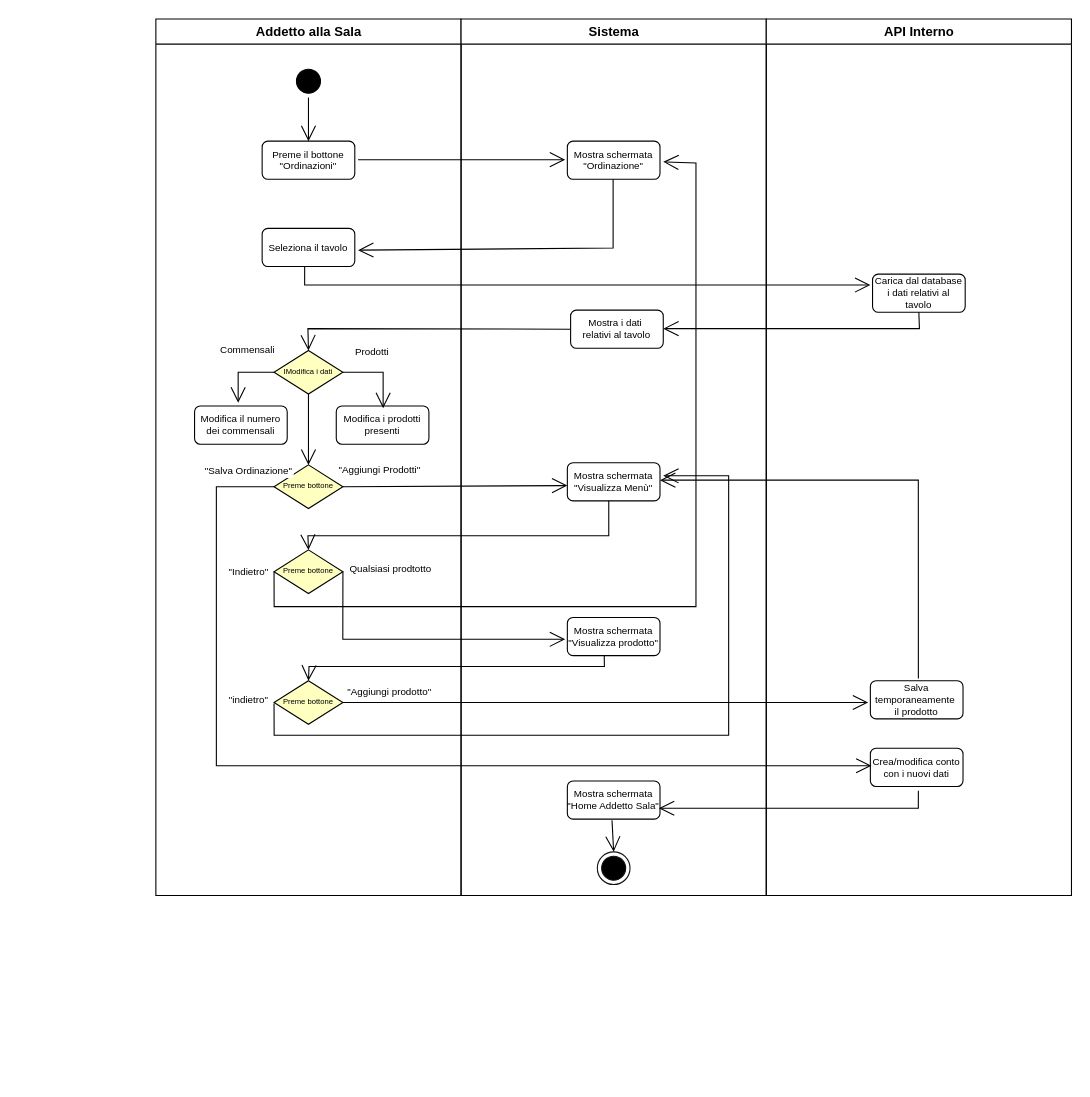
This is Documentazione/Activity Diagram/drawio/Activity Diagram - Registra Ordinazione.drawio from vittorioruggiero/Progetto-IngSw, a draw.io file, before an edit. Source tidied: cells renumbered, new cells numbered last; positions are measured from the earlier drawing's top-left corner, leaving out a move shared by most shapes. Both pictures are drawn from the tidied source at 109%, with x=0, y=0 at pixel (155, 19).
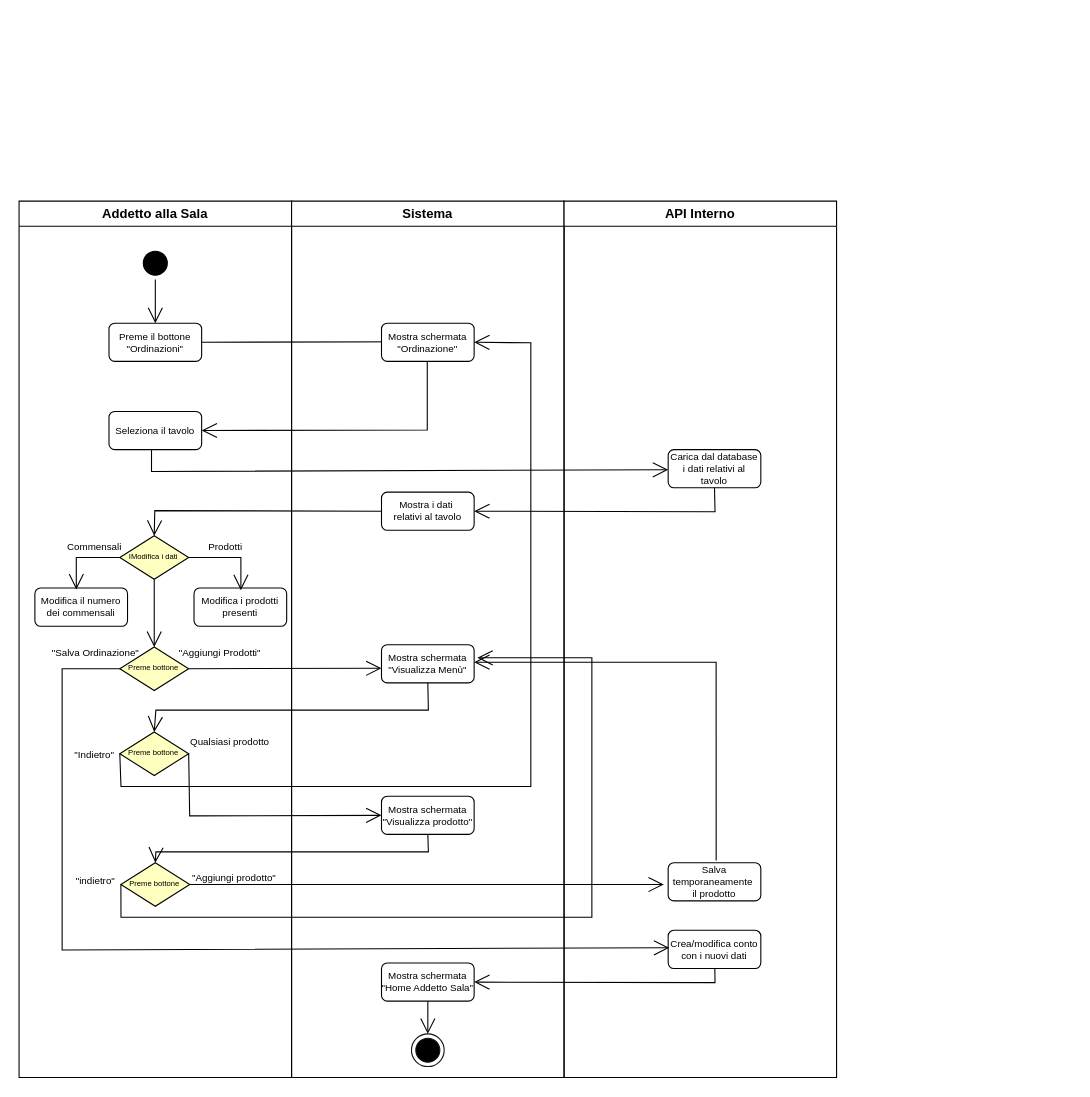
After the change.

The change refers to these unchanged cells:
```xml
<mxCell id="28" value="Salva&#10;temporaneamente &#10;il prodotto" style="strokeColor=#000000;fontSize=9;rounded=1;" parent="27" vertex="1">
  <mxGeometry x="95.5" y="607" width="85" height="35" as="geometry" />
</mxCell>
<mxCell id="29" value="Crea/modifica conto&#10;con i nuovi dati" style="strokeColor=#000000;fontSize=9;rounded=1;" parent="27" vertex="1">
  <mxGeometry x="95.5" y="669" width="85" height="35" as="geometry" />
</mxCell>
```

What changed in the source:
```diff
@@
     <mxCell id="2" value="Addetto alla Sala" style="swimlane;whiteSpace=wrap;" parent="1" vertex="1">
-      <mxGeometry x="0.5" width="280" height="804" as="geometry" />
+      <mxGeometry x="-125" y="167" width="250" height="804" as="geometry" />
     </mxCell>
     <mxCell id="3" style="ellipse;shape=startState;fillColor=#000000;strokeColor=#000000;" parent="2" vertex="1">
-      <mxGeometry x="125" y="42" width="30" height="30" as="geometry" />
+      <mxGeometry x="110" y="42" width="30" height="30" as="geometry" />
     </mxCell>
     <mxCell id="4" value="Preme il bottone &#10;&quot;Ordinazioni&quot;" style="strokeColor=#000000;fontSize=9;rounded=1;" parent="2" vertex="1">
-      <mxGeometry x="97.5" y="112" width="85" height="35" as="geometry" />
+      <mxGeometry x="82.5" y="112" width="85" height="35" as="geometry" />
     </mxCell>
@@
-    <mxCell id="6" style="endArrow=open;endFill=1;endSize=12;html=1;rounded=0;fontSize=9;strokeWidth=1;" parent="2" edge="1">
+    <mxCell id="6" style="endArrow=open;endFill=1;endSize=12;html=1;rounded=0;fontSize=9;strokeWidth=1;exitX=1;exitY=0.5;exitDx=0;exitDy=0;" parent="2" edge="1" source="4">
       <mxGeometry relative="1" as="geometry">
-        <mxPoint x="185.5" y="129" as="sourcePoint" />
         <mxPoint x="375.5" y="129" as="targetPoint" />
       </mxGeometry>
     </mxCell>
     <mxCell id="7" value="Seleziona il tavolo" style="strokeColor=#000000;fontSize=9;rounded=1;" parent="2" vertex="1">
-      <mxGeometry x="97.5" y="192" width="85" height="35" as="geometry" />
+      <mxGeometry x="82.5" y="193" width="85" height="35" as="geometry" />
     </mxCell>
     <mxCell id="8" value="Modifica il numero&#10;dei commensali" style="strokeColor=#000000;fontSize=9;rounded=1;" parent="2" vertex="1">
-      <mxGeometry x="35.5" y="355" width="85" height="35" as="geometry" />
+      <mxGeometry x="14.5" y="355" width="85" height="35" as="geometry" />
     </mxCell>
     <mxCell id="9" value="Preme bottone" style="rhombus;fillColor=#ffffc0;strokeColor=#000000;whiteSpace=wrap;spacing=0;fontSize=7;align=center;" parent="2" vertex="1">
-      <mxGeometry x="108.4" y="409" width="63.2" height="40" as="geometry" />
+      <mxGeometry x="92.4" y="409" width="63.2" height="40" as="geometry" />
     </mxCell>
     <mxCell id="10" value="IModifica i dati" style="rhombus;fillColor=#ffffc0;strokeColor=#000000;whiteSpace=wrap;spacing=0;fontSize=7;align=center;" parent="2" vertex="1">
-      <mxGeometry x="108.4" y="304" width="63.2" height="40" as="geometry" />
+      <mxGeometry x="92.4" y="307" width="63.2" height="40" as="geometry" />
     </mxCell>
     <mxCell id="11" value="Preme bottone" style="rhombus;fillColor=#ffffc0;strokeColor=#000000;whiteSpace=wrap;spacing=0;fontSize=7;align=center;" parent="2" vertex="1">
-      <mxGeometry x="108.4" y="487" width="63.2" height="40" as="geometry" />
+      <mxGeometry x="92.4" y="487" width="63.2" height="40" as="geometry" />
     </mxCell>
     <mxCell id="12" value="Preme bottone" style="rhombus;fillColor=#ffffc0;strokeColor=#000000;whiteSpace=wrap;spacing=0;fontSize=7;align=center;" parent="2" vertex="1">
-      <mxGeometry x="108.4" y="607" width="63.2" height="40" as="geometry" />
+      <mxGeometry x="93.4" y="607" width="63.2" height="40" as="geometry" />
     </mxCell>
-    <mxCell id="13" value="Commensali" style="endArrow=open;endFill=1;endSize=12;rounded=0;fontSize=9;strokeWidth=1;exitX=0;exitY=0.5;exitDx=0;exitDy=0;" parent="2" edge="1" source="10">
-      <mxGeometry x="-0.1" y="-13" relative="1" as="geometry">
-        <mxPoint x="75.5" y="352" as="targetPoint" />
+    <mxCell id="13" value="Commensali" style="endArrow=open;endFill=1;endSize=12;rounded=0;fontSize=9;strokeWidth=1;exitX=0;exitY=0.5;exitDx=0;exitDy=0;entryX=0.447;entryY=0.037;entryDx=0;entryDy=0;entryPerimeter=0;" parent="2" edge="1">
+      <mxGeometry x="-0.34" y="-10" relative="1" as="geometry">
+        <mxPoint x="92.4" y="327" as="sourcePoint" />
+        <mxPoint x="52.5" y="356.3" as="targetPoint" />
         <Array as="points">
-          <mxPoint x="75.5" y="324" />
+          <mxPoint x="52.5" y="327" />
         </Array>
-        <mxPoint x="3" y="-8" as="offset" />
       </mxGeometry>
     </mxCell>
-    <mxCell id="14" style="endArrow=open;endFill=1;endSize=12;html=1;rounded=0;fontSize=9;strokeWidth=1;exitX=0.447;exitY=1;exitDx=0;exitDy=0;exitPerimeter=0;entryX=0.5;entryY=0;entryDx=0;entryDy=0;" parent="2" edge="1" target="12">
-      <mxGeometry relative="1" as="geometry">
-        <mxPoint x="411" y="562" as="sourcePoint" />
-        <Array as="points">
-          <mxPoint x="411.5" y="594" />
-          <mxPoint x="140.5" y="594" />
-        </Array>
-      </mxGeometry>
-    </mxCell>
-    <mxCell id="15" value="&quot;indietro&quot;" style="endArrow=open;endFill=1;endSize=12;rounded=0;fontSize=9;strokeWidth=1;exitX=0;exitY=0.5;exitDx=0;exitDy=0;entryX=1.035;entryY=0.343;entryDx=0;entryDy=0;entryPerimeter=0;" parent="2" edge="1" target="23">
-      <mxGeometry x="-1" y="-23" relative="1" as="geometry">
-        <mxPoint x="108.4" y="628" as="sourcePoint" />
-        <Array as="points">
-          <mxPoint x="108.5" y="657" />
-          <mxPoint x="525.5" y="657" />
-          <mxPoint x="525.5" y="419" />
-        </Array>
-        <mxPoint y="-4" as="offset" />
-      </mxGeometry>
-    </mxCell>
@@
     <mxCell id="17" value="Modifica i prodotti&#10;presenti" style="strokeColor=#000000;fontSize=9;rounded=1;" parent="2" vertex="1">
-      <mxGeometry x="165.5" y="355" width="85" height="35" as="geometry" />
+      <mxGeometry x="160.5" y="355" width="85" height="35" as="geometry" />
     </mxCell>
     <mxCell id="18" value="Prodotti" style="endArrow=open;endFill=1;endSize=12;rounded=0;fontSize=9;strokeWidth=1;exitX=1;exitY=0.5;exitDx=0;exitDy=0;entryX=0.506;entryY=0.057;entryDx=0;entryDy=0;entryPerimeter=0;" parent="2" edge="1" source="10" target="17">
-      <mxGeometry x="-0.1" y="11" relative="1" as="geometry">
+      <mxGeometry x="-0.13" y="10" relative="1" as="geometry">
         <Array as="points">
-          <mxPoint x="208.5" y="324" />
+          <mxPoint x="203.5" y="327" />
         </Array>
-        <mxPoint x="-4" y="-8" as="offset" />
       </mxGeometry>
     </mxCell>
     <mxCell id="19" value="Sistema" style="swimlane;whiteSpace=wrap;" parent="1" vertex="1">
-      <mxGeometry x="280.5" width="280" height="804" as="geometry" />
+      <mxGeometry x="125" y="167" width="250" height="804" as="geometry" />
     </mxCell>
     <mxCell id="20" value="Mostra schermata&#10;&quot;Ordinazione&quot;" style="strokeColor=#000000;fontSize=9;rounded=1;" parent="19" vertex="1">
-      <mxGeometry x="97.5" y="112" width="85" height="35" as="geometry" />
+      <mxGeometry x="82.5" y="112" width="85" height="35" as="geometry" />
     </mxCell>
     <mxCell id="21" value="Mostra i dati &#10;relativi al tavolo" style="strokeColor=#000000;fontSize=9;rounded=1;" parent="19" vertex="1">
-      <mxGeometry x="100.5" y="267" width="85" height="35" as="geometry" />
+      <mxGeometry x="82.5" y="267" width="85" height="35" as="geometry" />
     </mxCell>
     <mxCell id="22" value="Mostra schermata&#10;&quot;Home Addetto Sala&quot;" style="strokeColor=#000000;fontSize=9;rounded=1;" parent="19" vertex="1">
-      <mxGeometry x="97.5" y="699" width="85" height="35" as="geometry" />
+      <mxGeometry x="82.5" y="699" width="85" height="35" as="geometry" />
     </mxCell>
     <mxCell id="23" value="Mostra schermata&#10;&quot;Visualizza Menù&quot;" style="strokeColor=#000000;fontSize=9;rounded=1;" parent="19" vertex="1">
-      <mxGeometry x="97.5" y="407" width="85" height="35" as="geometry" />
+      <mxGeometry x="82.5" y="407" width="85" height="35" as="geometry" />
     </mxCell>
     <mxCell id="24" value="Mostra schermata&#10;&quot;Visualizza prodotto&quot;" style="strokeColor=#000000;fontSize=9;rounded=1;" parent="19" vertex="1">
-      <mxGeometry x="97.5" y="549" width="85" height="35" as="geometry" />
+      <mxGeometry x="82.5" y="546" width="85" height="35" as="geometry" />
     </mxCell>
     <mxCell id="25" style="ellipse;shape=endState;fillColor=#000000;strokeColor=#121212;" parent="19" vertex="1">
-      <mxGeometry x="125" y="764" width="30" height="30" as="geometry" />
+      <mxGeometry x="110" y="764" width="30" height="30" as="geometry" />
     </mxCell>
-    <mxCell id="26" style="endArrow=open;endFill=1;endSize=12;html=1;rounded=0;fontSize=9;strokeWidth=1;entryX=0.5;entryY=0;entryDx=0;entryDy=0;exitX=0.482;exitY=1.029;exitDx=0;exitDy=0;exitPerimeter=0;" parent="19" edge="1" source="22" target="25">
+    <mxCell id="26" style="endArrow=open;endFill=1;endSize=12;html=1;rounded=0;fontSize=9;strokeWidth=1;exitX=0.5;exitY=1;exitDx=0;exitDy=0;entryX=0.5;entryY=0;entryDx=0;entryDy=0;" parent="19" edge="1" source="22" target="25">
       <mxGeometry relative="1" as="geometry" />
     </mxCell>
     <mxCell id="27" value="API Interno" style="swimlane;whiteSpace=wrap;" parent="1" vertex="1">
-      <mxGeometry x="560.5" width="280" height="804" as="geometry" />
+      <mxGeometry x="375" y="167" width="250" height="804" as="geometry" />
     </mxCell>
@@
     <mxCell id="30" value="Carica dal database&#10;i dati relativi al&#10;tavolo" style="strokeColor=#000000;fontSize=9;rounded=1;" parent="27" vertex="1">
-      <mxGeometry x="97.5" y="234" width="85" height="35" as="geometry" />
+      <mxGeometry x="95.5" y="228" width="85" height="35" as="geometry" />
     </mxCell>
-    <mxCell id="31" style="endArrow=open;endFill=1;endSize=12;html=1;rounded=0;fontSize=9;strokeWidth=1;exitX=0.494;exitY=1;exitDx=0;exitDy=0;exitPerimeter=0;" parent="1" edge="1" source="20">
+    <mxCell id="31" style="endArrow=open;endFill=1;endSize=12;html=1;rounded=0;fontSize=9;strokeWidth=1;exitX=0.494;exitY=1;exitDx=0;exitDy=0;exitPerimeter=0;entryX=1;entryY=0.5;entryDx=0;entryDy=0;" parent="1" edge="1" source="20" target="7">
       <mxGeometry relative="1" as="geometry">
-        <mxPoint x="186" y="212" as="targetPoint" />
         <Array as="points">
-          <mxPoint x="420" y="210" />
+          <mxPoint x="249.5" y="377" />
         </Array>
       </mxGeometry>
     </mxCell>
-    <mxCell id="32" style="endArrow=open;endFill=1;endSize=12;html=1;rounded=0;fontSize=9;strokeWidth=1;exitX=0.459;exitY=1;exitDx=0;exitDy=0;exitPerimeter=0;" parent="1" edge="1" source="7">
+    <mxCell id="32" style="endArrow=open;endFill=1;endSize=12;html=1;rounded=0;fontSize=9;strokeWidth=1;entryX=0;entryY=0.5;entryDx=0;entryDy=0;" parent="1" edge="1">
       <mxGeometry relative="1" as="geometry">
-        <mxPoint x="656" y="244" as="targetPoint" />
+        <mxPoint x="-3.5" y="395" as="sourcePoint" />
+        <mxPoint x="470.5" y="413.5" as="targetPoint" />
         <Array as="points">
-          <mxPoint x="137" y="244" />
+          <mxPoint x="-3.5" y="415" />
         </Array>
       </mxGeometry>
     </mxCell>
-    <mxCell id="33" style="endArrow=open;endFill=1;endSize=12;html=1;rounded=0;fontSize=9;strokeWidth=1;entryX=0.5;entryY=0;entryDx=0;entryDy=0;exitX=0;exitY=0.5;exitDx=0;exitDy=0;" parent="1" edge="1" target="10">
+    <mxCell id="33" style="endArrow=open;endFill=1;endSize=12;html=1;rounded=0;fontSize=9;strokeWidth=1;entryX=0.5;entryY=0;entryDx=0;entryDy=0;exitX=0;exitY=0.5;exitDx=0;exitDy=0;" parent="1" edge="1" source="21" target="10">
       <mxGeometry relative="1" as="geometry">
-        <mxPoint x="381" y="284.5" as="sourcePoint" />
         <Array as="points">
-          <mxPoint x="140" y="284" />
+          <mxPoint x="-0.5" y="451" />
         </Array>
       </mxGeometry>
     </mxCell>
-    <mxCell id="34" style="endArrow=open;endFill=1;endSize=12;html=1;rounded=0;fontSize=9;strokeWidth=1;exitX=0.447;exitY=1;exitDx=0;exitDy=0;exitPerimeter=0;entryX=0.5;entryY=0;entryDx=0;entryDy=0;" parent="1" edge="1" source="23" target="11">
+    <mxCell id="34" style="endArrow=open;endFill=1;endSize=12;html=1;rounded=0;fontSize=9;strokeWidth=1;entryX=0.5;entryY=0;entryDx=0;entryDy=0;exitX=0.5;exitY=1;exitDx=0;exitDy=0;" parent="1" edge="1" source="23" target="11">
       <mxGeometry relative="1" as="geometry">
         <Array as="points">
-          <mxPoint x="416" y="474" />
-          <mxPoint x="140" y="474" />
+          <mxPoint x="250.5" y="634" />
+          <mxPoint x="0.5" y="634" />
         </Array>
       </mxGeometry>
     </mxCell>
-    <mxCell id="35" value="Qualsiasi prodtotto" style="endArrow=open;endFill=1;endSize=12;rounded=0;fontSize=9;strokeWidth=1;exitX=1;exitY=0.5;exitDx=0;exitDy=0;" parent="1" edge="1" source="11">
-      <mxGeometry x="-1" y="44" relative="1" as="geometry">
-        <mxPoint x="376" y="569" as="targetPoint" />
+    <mxCell id="35" value="Qualsiasi prodotto" style="endArrow=open;endFill=1;endSize=12;rounded=0;fontSize=9;strokeWidth=1;exitX=1;exitY=0.5;exitDx=0;exitDy=0;entryX=0;entryY=0.5;entryDx=0;entryDy=0;labelBackgroundColor=none;" parent="1" edge="1" source="11" target="24">
+      <mxGeometry x="-1" y="39" relative="1" as="geometry">
         <Array as="points">
-          <mxPoint x="172" y="569" />
+          <mxPoint x="31.5" y="731" />
         </Array>
-        <mxPoint y="-3" as="offset" />
+        <mxPoint x="-1" y="-10" as="offset" />
       </mxGeometry>
     </mxCell>
-    <mxCell id="36" value="&quot;Indietro&quot;" style="endArrow=open;endFill=1;endSize=12;rounded=0;fontSize=9;strokeWidth=1;exitX=0;exitY=0.5;exitDx=0;exitDy=0;entryX=1.035;entryY=0.543;entryDx=0;entryDy=0;entryPerimeter=0;" parent="1" edge="1" source="11" target="20">
+    <mxCell id="36" value="&quot;Indietro&quot;" style="endArrow=open;endFill=1;endSize=12;rounded=0;fontSize=9;strokeWidth=1;exitX=0;exitY=0.5;exitDx=0;exitDy=0;entryX=1;entryY=0.5;entryDx=0;entryDy=0;" parent="1" edge="1" source="11" target="20">
       <mxGeometry x="-1" y="-23" relative="1" as="geometry">
         <Array as="points">
-          <mxPoint x="109" y="539" />
-          <mxPoint x="496" y="539" />
-          <mxPoint x="496" y="132" />
+          <mxPoint x="-31.5" y="704" />
+          <mxPoint x="344.5" y="704" />
+          <mxPoint x="344.5" y="297" />
         </Array>
       </mxGeometry>
     </mxCell>
-    <mxCell id="37" value="&quot;Aggiungi prodotto&quot;" style="endArrow=open;endFill=1;endSize=12;rounded=0;fontSize=9;strokeWidth=1;exitX=1;exitY=0.5;exitDx=0;exitDy=0;entryX=-0.024;entryY=0.571;entryDx=0;entryDy=0;entryPerimeter=0;spacingTop=7;" parent="1" edge="1">
-      <mxGeometry x="-0.82" y="13" relative="1" as="geometry">
-        <mxPoint x="172.1" y="627" as="sourcePoint" />
-        <mxPoint x="654" y="627" as="targetPoint" />
+    <mxCell id="37" value="&quot;Aggiungi prodotto&quot;" style="endArrow=open;endFill=1;endSize=12;rounded=0;fontSize=9;strokeWidth=1;entryX=-0.024;entryY=0.571;entryDx=0;entryDy=0;entryPerimeter=0;spacingTop=7;labelBackgroundColor=none;exitX=1;exitY=0.5;exitDx=0;exitDy=0;" parent="1" edge="1" source="12">
+      <mxGeometry x="-0.81" y="10" relative="1" as="geometry">
+        <mxPoint x="466.5" y="794" as="targetPoint" />
       </mxGeometry>
     </mxCell>
     <mxCell id="38" style="endArrow=open;endFill=1;endSize=12;html=1;rounded=0;fontSize=9;strokeWidth=1;exitX=0.518;exitY=-0.057;exitDx=0;exitDy=0;exitPerimeter=0;entryX=1;entryY=0.457;entryDx=0;entryDy=0;entryPerimeter=0;" parent="1" edge="1" source="28" target="23">
       <mxGeometry relative="1" as="geometry">
         <Array as="points">
-          <mxPoint x="700" y="423" />
+          <mxPoint x="514.5" y="590" />
         </Array>
       </mxGeometry>
     </mxCell>
-    <mxCell id="39" value="&quot;Aggiungi Prodotti&quot;" style="endArrow=open;endFill=1;endSize=12;rounded=0;fontSize=9;strokeWidth=1;exitX=1;exitY=0.5;exitDx=0;exitDy=0;entryX=0;entryY=0.6;entryDx=0;entryDy=0;entryPerimeter=0;" parent="1" edge="1" source="9" target="23">
+    <mxCell id="39" value="&quot;Aggiungi Prodotti&quot;" style="endArrow=open;endFill=1;endSize=12;rounded=0;fontSize=9;strokeWidth=1;exitX=1;exitY=0.5;exitDx=0;exitDy=0;entryX=0;entryY=0.616;entryDx=0;entryDy=0;entryPerimeter=0;" parent="1" edge="1" source="9" target="23">
       <mxGeometry x="-0.67" y="15" relative="1" as="geometry" />
     </mxCell>
-    <mxCell id="40" value="&quot;Salva Ordinazione&quot;" style="endArrow=open;endFill=1;endSize=12;rounded=0;fontSize=9;strokeWidth=1;entryX=0.012;entryY=0.457;entryDx=0;entryDy=0;entryPerimeter=0;exitX=0;exitY=0.5;exitDx=0;exitDy=0;" parent="1" edge="1" source="9" target="29">
+    <mxCell id="40" value="&quot;Salva Ordinazione&quot;" style="endArrow=open;endFill=1;endSize=12;rounded=0;fontSize=9;strokeWidth=1;entryX=0.012;entryY=0.457;entryDx=0;entryDy=0;entryPerimeter=0;exitX=0;exitY=0.5;exitDx=0;exitDy=0;labelBackgroundColor=none;" parent="1" edge="1" source="9" target="29">
       <mxGeometry x="-0.95" y="-15" relative="1" as="geometry">
         <Array as="points">
-          <mxPoint x="56" y="429" />
-          <mxPoint x="56" y="685" />
+          <mxPoint x="-85.5" y="596" />
+          <mxPoint x="-85.5" y="854" />
         </Array>
       </mxGeometry>
     </mxCell>
-    <mxCell id="41" style="endArrow=open;endFill=1;endSize=12;html=1;rounded=0;fontSize=9;strokeWidth=1;exitX=0.518;exitY=1.114;exitDx=0;exitDy=0;exitPerimeter=0;entryX=0.988;entryY=0.714;entryDx=0;entryDy=0;entryPerimeter=0;" parent="1" edge="1" source="29" target="22">
+    <mxCell id="41" style="endArrow=open;endFill=1;endSize=12;html=1;rounded=0;fontSize=9;strokeWidth=1;entryX=1;entryY=0.5;entryDx=0;entryDy=0;" parent="1" edge="1" source="29" target="22">
       <mxGeometry relative="1" as="geometry">
         <Array as="points">
-          <mxPoint x="700" y="724" />
+          <mxPoint x="513.5" y="884" />
         </Array>
       </mxGeometry>
     </mxCell>
-    <mxCell id="42" style="endArrow=open;endFill=1;endSize=12;html=1;rounded=0;fontSize=9;strokeWidth=1;exitX=0.5;exitY=1;exitDx=0;exitDy=0;" parent="1" edge="1" source="30">
+    <mxCell id="42" style="endArrow=open;endFill=1;endSize=12;html=1;rounded=0;fontSize=9;strokeWidth=1;exitX=0.5;exitY=1;exitDx=0;exitDy=0;entryX=1;entryY=0.5;entryDx=0;entryDy=0;" parent="1" edge="1" source="30" target="21">
       <mxGeometry relative="1" as="geometry">
-        <mxPoint x="466" y="284" as="targetPoint" />
         <Array as="points">
-          <mxPoint x="701" y="284" />
+          <mxPoint x="513.5" y="452" />
         </Array>
       </mxGeometry>
     </mxCell>
+    <mxCell id="14" style="endArrow=open;endFill=1;endSize=12;html=1;rounded=0;fontSize=9;strokeWidth=1;entryX=0.5;entryY=0;entryDx=0;entryDy=0;exitX=0.5;exitY=1;exitDx=0;exitDy=0;" parent="1" edge="1" source="24" target="12">
+      <mxGeometry relative="1" as="geometry">
+        <Array as="points">
+          <mxPoint x="250.5" y="764" />
+          <mxPoint x="0.5" y="764" />
+        </Array>
+      </mxGeometry>
+    </mxCell>
+    <mxCell id="15" value="&quot;indietro&quot;" style="endArrow=open;endFill=1;endSize=12;rounded=0;fontSize=9;strokeWidth=1;exitX=0;exitY=0.5;exitDx=0;exitDy=0;entryX=1.035;entryY=0.343;entryDx=0;entryDy=0;entryPerimeter=0;labelBackgroundColor=none;" parent="1" edge="1" source="12" target="23">
+      <mxGeometry x="-1" y="-23" relative="1" as="geometry">
+        <Array as="points">
+          <mxPoint x="-31.5" y="824" />
+          <mxPoint x="400.5" y="824" />
+          <mxPoint x="400.5" y="586" />
+        </Array>
+        <mxPoint y="-4" as="offset" />
+      </mxGeometry>
+    </mxCell>
```
